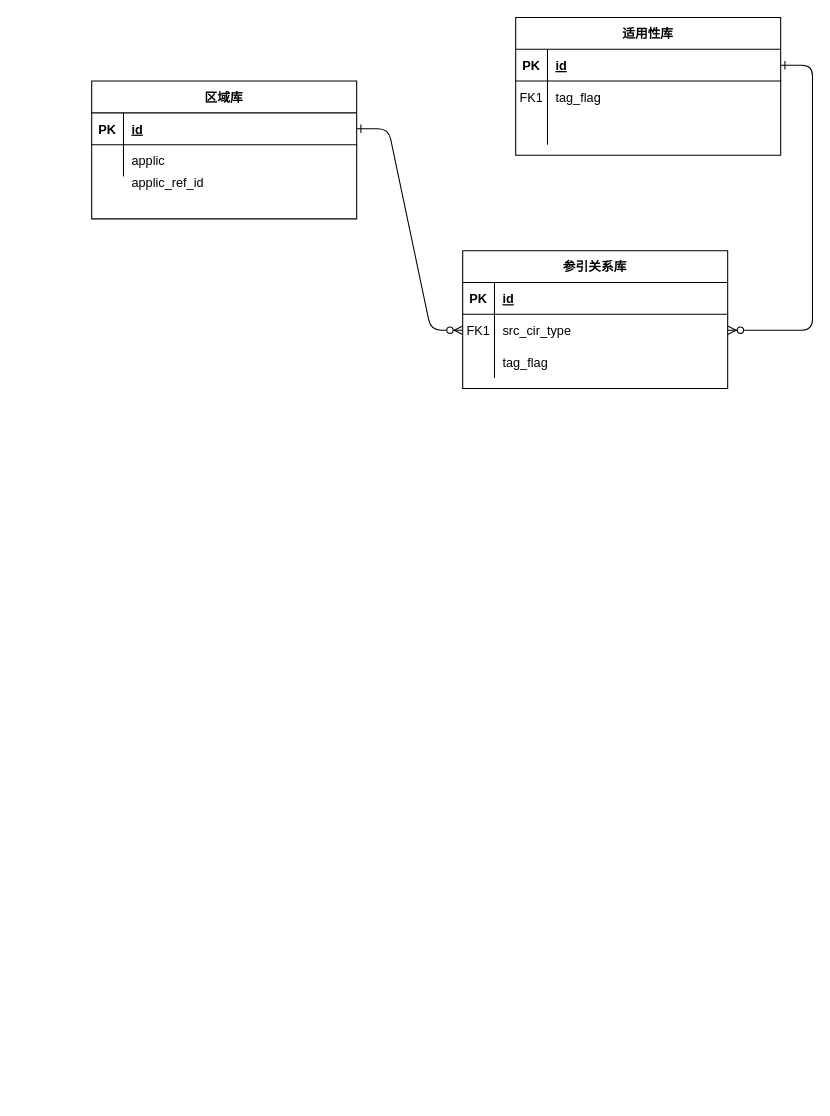
Before: csdb/库条目餐饮.drawio in DemonHan/KuickBuy, a draw.io diagram. Source tidied: cells renumbered, new cells numbered last; positions are measured from the earlier drawing's top-left corner, leaving out a move shared by most shapes. Both pictures are drawn from the tidied source at 106%, with x=0, y=0 at pixel (91, 17).
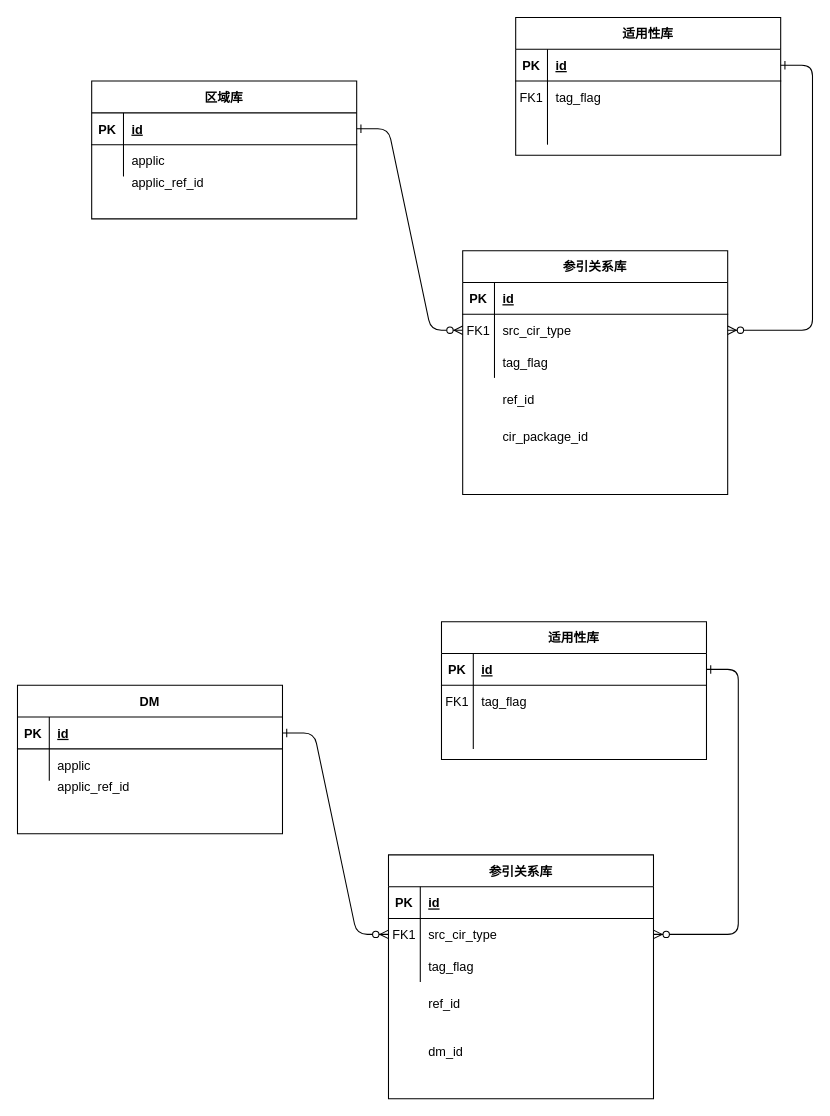
The same diagram, later.

Commit message:
更新库条目餐饮.drawio

Change to the diagram source:
```diff
@@
     <mxCell id="14" value="参引关系库" style="shape=table;startSize=30;childLayout=tableLayout;rowLines=0;fontStyle=1;align=center;" parent="1" vertex="1">
-      <mxGeometry x="350" y="220" width="250" height="130" as="geometry" />
+      <mxGeometry x="350" y="220" width="250" height="230" as="geometry" />
     </mxCell>
@@
+    <mxCell id="32" value="ref_id" style="shape=partialRectangle;overflow=hidden;fillColor=none;top=0;left=0;bottom=0;right=0;align=left;spacingLeft=6;" parent="1" vertex="1">
+      <mxGeometry x="380" y="345" width="220" height="30" as="geometry" />
+    </mxCell>
+    <mxCell id="33" value="cir_package_id" style="shape=partialRectangle;overflow=hidden;fillColor=none;top=0;left=0;bottom=0;right=0;align=left;spacingLeft=6;" parent="1" vertex="1">
+      <mxGeometry x="380" y="380" width="220" height="30" as="geometry" />
+    </mxCell>
+    <mxCell id="34" style="edgeStyle=entityRelationEdgeStyle;endArrow=ERzeroToMany;startArrow=ERone;endFill=1;startFill=0;entryX=0;entryY=0.5;entryDx=0;entryDy=0;" parent="1" edge="1" source="57" target="50">
+      <mxGeometry relative="1" as="geometry" />
+    </mxCell>
+    <mxCell id="35" style="edgeStyle=entityRelationEdgeStyle;endArrow=ERzeroToMany;startArrow=ERone;endFill=1;startFill=0;" parent="1" edge="1" source="37" target="50">
+      <mxGeometry relative="1" as="geometry" />
+    </mxCell>
+    <mxCell id="36" value="适用性库" style="shape=table;startSize=30;childLayout=tableLayout;rowLines=0;fontStyle=1;align=center;" parent="1" vertex="1">
+      <mxGeometry x="330" y="570" width="250" height="130" as="geometry" />
+    </mxCell>
+    <mxCell id="37" style="shape=partialRectangle;fillColor=none;points=[[0,0.5],[1,0.5]];portConstraint=eastwest;top=0;left=0;right=0;bottom=1;" parent="36" vertex="1">
+      <mxGeometry y="30" width="250" height="30" as="geometry" />
+    </mxCell>
+    <mxCell id="38" value="PK" style="shape=partialRectangle;overflow=hidden;fillColor=none;top=0;left=0;bottom=0;right=0;fontStyle=1;" parent="37" vertex="1">
+      <mxGeometry width="30" height="30" as="geometry" />
+    </mxCell>
+    <mxCell id="39" value="id" style="shape=partialRectangle;overflow=hidden;fillColor=none;top=0;left=0;bottom=0;right=0;align=left;spacingLeft=6;fontStyle=5;" parent="37" vertex="1">
+      <mxGeometry x="30" width="220" height="30" as="geometry" />
+    </mxCell>
+    <mxCell id="40" style="shape=partialRectangle;fillColor=none;top=0;left=0;right=0;bottom=0;" parent="36" vertex="1">
+      <mxGeometry y="60" width="250" height="30" as="geometry" />
+    </mxCell>
+    <mxCell id="41" value="FK1" style="shape=partialRectangle;overflow=hidden;fillColor=none;top=0;left=0;bottom=0;right=0;" parent="40" vertex="1">
+      <mxGeometry width="30" height="30" as="geometry" />
+    </mxCell>
+    <mxCell id="42" value="tag_flag" style="shape=partialRectangle;overflow=hidden;fillColor=none;top=0;left=0;bottom=0;right=0;align=left;spacingLeft=6;" parent="40" vertex="1">
+      <mxGeometry x="30" width="220" height="30" as="geometry" />
+    </mxCell>
+    <mxCell id="43" style="shape=partialRectangle;fillColor=none;top=0;left=0;right=0;bottom=0;" parent="36" vertex="1">
+      <mxGeometry y="90" width="250" height="30" as="geometry" />
+    </mxCell>
+    <mxCell id="44" style="shape=partialRectangle;overflow=hidden;fillColor=none;top=0;left=0;bottom=0;right=0;" parent="43" vertex="1">
+      <mxGeometry width="30" height="30" as="geometry" />
+    </mxCell>
+    <mxCell id="45" style="shape=partialRectangle;overflow=hidden;fillColor=none;top=0;left=0;bottom=0;right=0;align=left;spacingLeft=6;" parent="43" vertex="1">
+      <mxGeometry x="30" width="220" height="30" as="geometry" />
+    </mxCell>
+    <mxCell id="46" value="参引关系库" style="shape=table;startSize=30;childLayout=tableLayout;rowLines=0;fontStyle=1;align=center;" parent="1" vertex="1">
+      <mxGeometry x="280" y="790" width="250" height="230" as="geometry" />
+    </mxCell>
+    <mxCell id="47" style="shape=partialRectangle;fillColor=none;top=0;left=0;right=0;bottom=1;" parent="46" vertex="1">
+      <mxGeometry y="30" width="250" height="30" as="geometry" />
+    </mxCell>
+    <mxCell id="48" value="PK" style="shape=partialRectangle;overflow=hidden;fillColor=none;top=0;left=0;bottom=0;right=0;fontStyle=1;" parent="47" vertex="1">
+      <mxGeometry width="30" height="30" as="geometry" />
+    </mxCell>
+    <mxCell id="49" value="id" style="shape=partialRectangle;overflow=hidden;fillColor=none;top=0;left=0;bottom=0;right=0;align=left;spacingLeft=6;fontStyle=5;" parent="47" vertex="1">
+      <mxGeometry x="30" width="220" height="30" as="geometry" />
+    </mxCell>
+    <mxCell id="50" style="shape=partialRectangle;fillColor=none;points=[[0,0.5],[1,0.5]];portConstraint=eastwest;top=0;left=0;right=0;bottom=0;" parent="46" vertex="1">
+      <mxGeometry y="60" width="250" height="30" as="geometry" />
+    </mxCell>
+    <mxCell id="51" value="FK1" style="shape=partialRectangle;overflow=hidden;fillColor=none;top=0;left=0;bottom=0;right=0;" parent="50" vertex="1">
+      <mxGeometry width="30" height="30" as="geometry" />
+    </mxCell>
+    <mxCell id="52" value="src_cir_type" style="shape=partialRectangle;overflow=hidden;fillColor=none;top=0;left=0;bottom=0;right=0;align=left;spacingLeft=6;" parent="50" vertex="1">
+      <mxGeometry x="30" width="220" height="30" as="geometry" />
+    </mxCell>
+    <mxCell id="53" style="shape=partialRectangle;fillColor=none;top=0;left=0;right=0;bottom=0;" parent="46" vertex="1">
+      <mxGeometry y="90" width="250" height="30" as="geometry" />
+    </mxCell>
+    <mxCell id="54" style="shape=partialRectangle;overflow=hidden;fillColor=none;top=0;left=0;bottom=0;right=0;" parent="53" vertex="1">
+      <mxGeometry width="30" height="30" as="geometry" />
+    </mxCell>
+    <mxCell id="55" value="tag_flag" style="shape=partialRectangle;overflow=hidden;fillColor=none;top=0;left=0;bottom=0;right=0;align=left;spacingLeft=6;" parent="53" vertex="1">
+      <mxGeometry x="30" width="220" height="30" as="geometry" />
+    </mxCell>
+    <mxCell id="56" value="DM" style="shape=table;startSize=30;childLayout=tableLayout;rowLines=0;fontStyle=1;align=center;" parent="1" vertex="1">
+      <mxGeometry x="-70" y="630" width="250" height="140" as="geometry" />
+    </mxCell>
+    <mxCell id="57" style="shape=partialRectangle;fillColor=none;points=[[0,0.5],[1,0.5]];portConstraint=eastwest;top=0;left=0;right=0;bottom=1;" parent="56" vertex="1">
+      <mxGeometry y="30" width="250" height="30" as="geometry" />
+    </mxCell>
+    <mxCell id="58" value="PK" style="shape=partialRectangle;overflow=hidden;fillColor=none;top=0;left=0;bottom=0;right=0;fontStyle=1;" parent="57" vertex="1">
+      <mxGeometry width="30" height="30" as="geometry" />
+    </mxCell>
+    <mxCell id="59" value="id" style="shape=partialRectangle;overflow=hidden;fillColor=none;top=0;left=0;bottom=0;right=0;align=left;spacingLeft=6;fontStyle=5;" parent="57" vertex="1">
+      <mxGeometry x="30" width="220" height="30" as="geometry" />
+    </mxCell>
+    <mxCell id="60" style="shape=partialRectangle;fillColor=none;top=0;left=0;right=0;bottom=0;" parent="56" vertex="1">
+      <mxGeometry y="60" width="250" height="30" as="geometry" />
+    </mxCell>
+    <mxCell id="61" style="shape=partialRectangle;overflow=hidden;fillColor=none;top=0;left=0;bottom=0;right=0;" parent="60" vertex="1">
+      <mxGeometry width="30" height="30" as="geometry" />
+    </mxCell>
+    <mxCell id="62" value="applic" style="shape=partialRectangle;overflow=hidden;fillColor=none;top=0;left=0;bottom=0;right=0;align=left;spacingLeft=6;" parent="60" vertex="1">
+      <mxGeometry x="30" width="220" height="30" as="geometry" />
+    </mxCell>
+    <mxCell id="63" value="applic_ref_id" style="shape=partialRectangle;overflow=hidden;fillColor=none;top=0;left=0;bottom=0;right=0;align=left;spacingLeft=6;" parent="1" vertex="1">
+      <mxGeometry x="-40" y="710" width="220" height="30" as="geometry" />
+    </mxCell>
+    <mxCell id="64" value="ref_id" style="shape=partialRectangle;overflow=hidden;fillColor=none;top=0;left=0;bottom=0;right=0;align=left;spacingLeft=6;" parent="1" vertex="1">
+      <mxGeometry x="310" y="915" width="220" height="30" as="geometry" />
+    </mxCell>
+    <mxCell id="65" value="dm_id" style="shape=partialRectangle;overflow=hidden;fillColor=none;top=0;left=0;bottom=0;right=0;align=left;spacingLeft=6;" parent="1" vertex="1">
+      <mxGeometry x="310" y="960" width="220" height="30" as="geometry" />
+    </mxCell>
```
